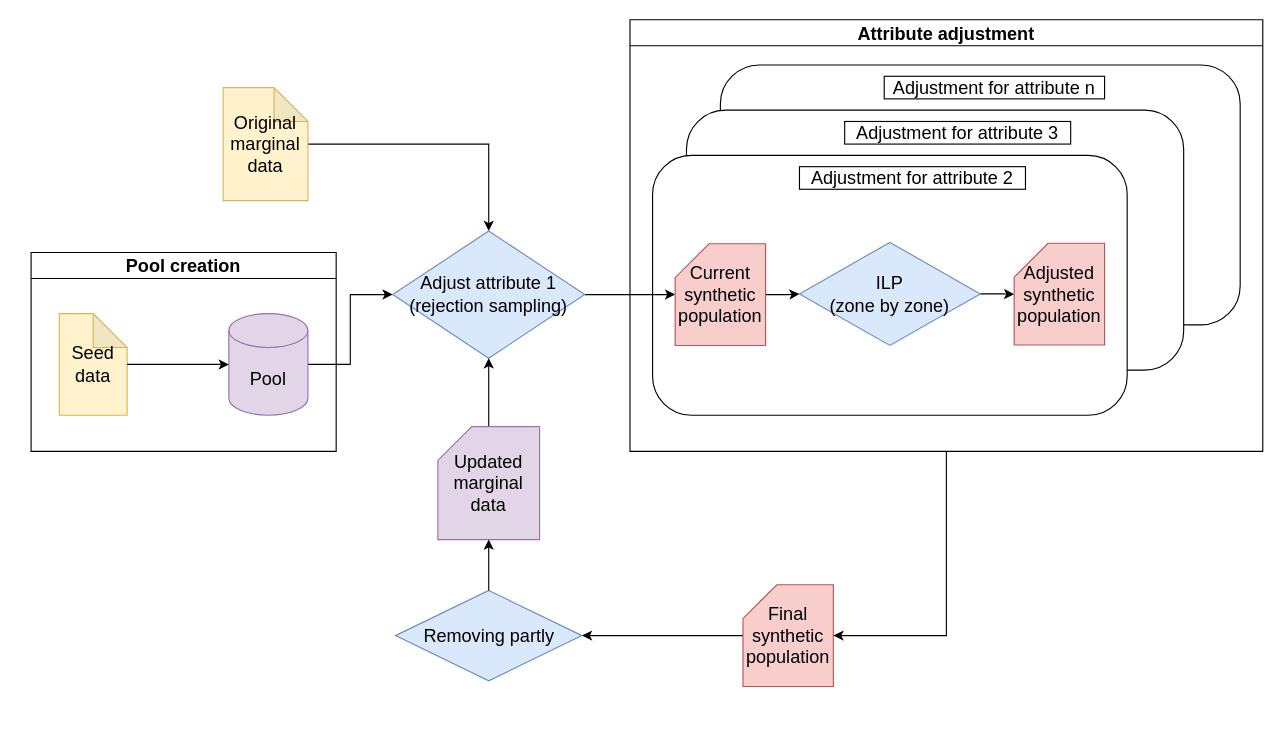
Before: general_drawio/SAA_updated.drawio in bobkatla/PopSyn_Monash, a draw.io diagram. Source tidied: cells renumbered, new cells numbered last; positions are measured from the earlier drawing's top-left corner, leaving out a move shared by most shapes. Both pictures are drawn from the tidied source at 113%, with x=0, y=0 at pixel (31, 19).
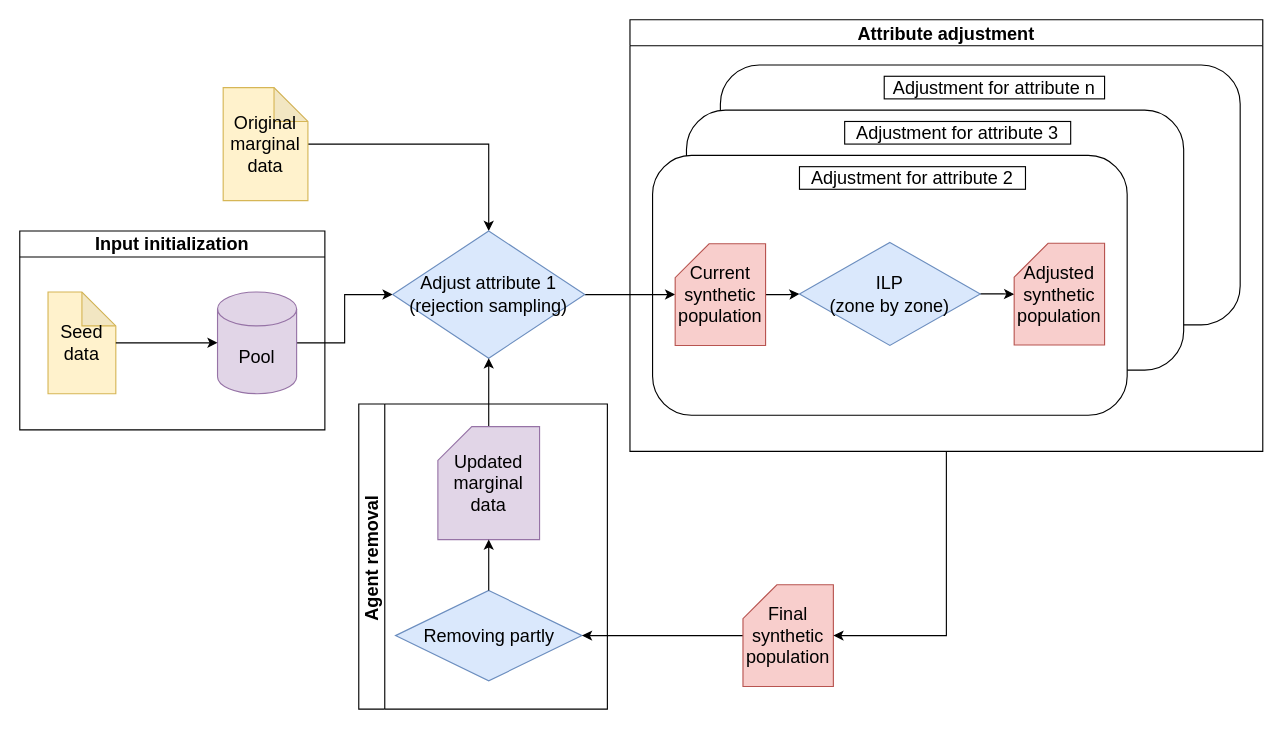
After the change.

The edit, as a diff of the source:
```diff
@@
     <mxCell id="7" value="Seed data" style="shape=note;whiteSpace=wrap;html=1;backgroundOutline=1;darkOpacity=0.05;fillColor=#fff2cc;strokeColor=#d6b656;fontSize=16;" parent="1" vertex="1">
-      <mxGeometry x="25" y="260" width="60" height="90" as="geometry" />
+      <mxGeometry x="15" y="240.9" width="60" height="90" as="geometry" />
     </mxCell>
@@
     <mxCell id="11" value="Pool" style="shape=cylinder3;whiteSpace=wrap;html=1;boundedLbl=1;backgroundOutline=1;size=15;fillColor=#e1d5e7;strokeColor=#9673a6;fontSize=16;" parent="1" vertex="1">
-      <mxGeometry x="175" y="260" width="70" height="90" as="geometry" />
+      <mxGeometry x="165" y="240.9" width="70" height="90" as="geometry" />
     </mxCell>
@@
-    <mxCell id="22" value="Pool creation" style="swimlane;whiteSpace=wrap;html=1;fontSize=16;" parent="1" vertex="1">
-      <mxGeometry y="206" width="270" height="176" as="geometry" />
+    <mxCell id="22" value="Input initialization" style="swimlane;whiteSpace=wrap;html=1;fontSize=16;" parent="1" vertex="1">
+      <mxGeometry x="-10" y="186.9" width="270" height="176" as="geometry" />
     </mxCell>
@@
+    <mxCell id="30" value="&lt;font style=&quot;font-size: 16px;&quot;&gt;Agent removal&amp;nbsp;&lt;/font&gt;" style="swimlane;horizontal=0;whiteSpace=wrap;html=1;" parent="1" vertex="1">
+      <mxGeometry x="290" y="340" width="220" height="270" as="geometry" />
+    </mxCell>
```
